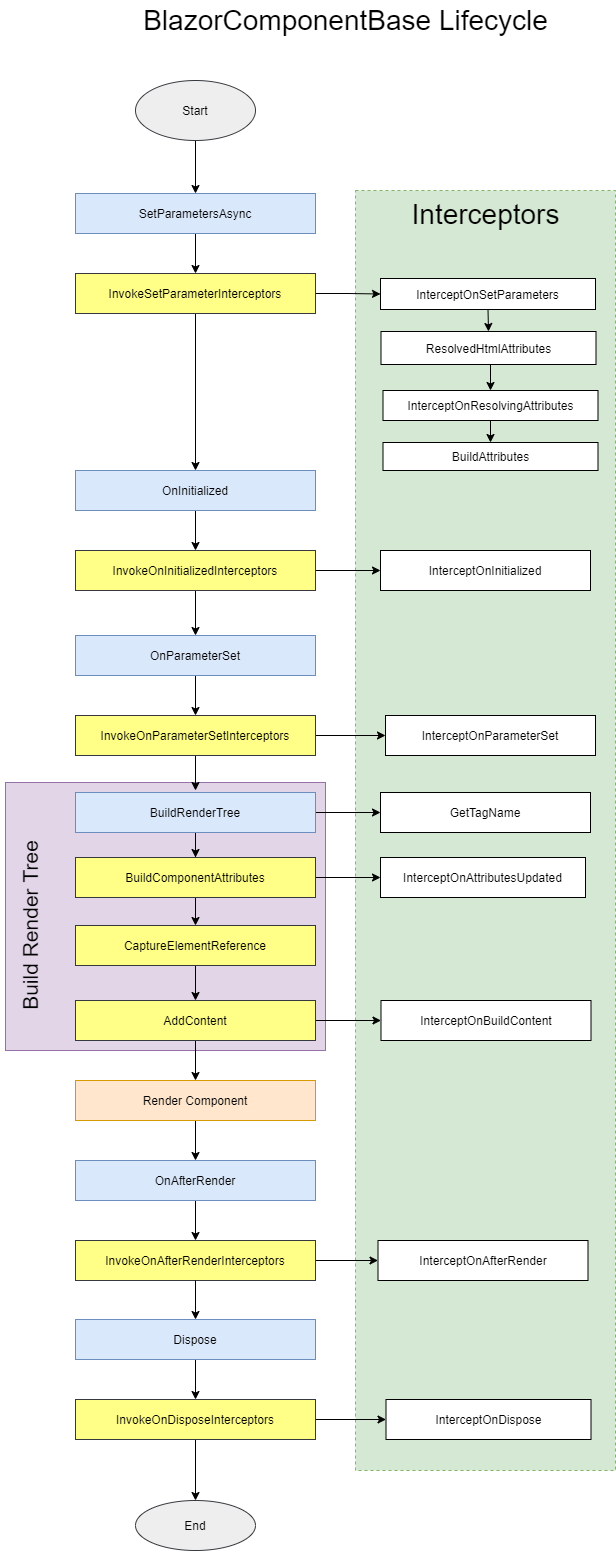
This is asset/BlazorComponentBaseLifecycle.png from teacher-zhou/ComponentBuilder, a draw.io export, as it was before one commit. Source tidied: cells renumbered, new cells last; positions are measured from the earlier drawing's top-left corner, leaving out a move shared by most shapes.
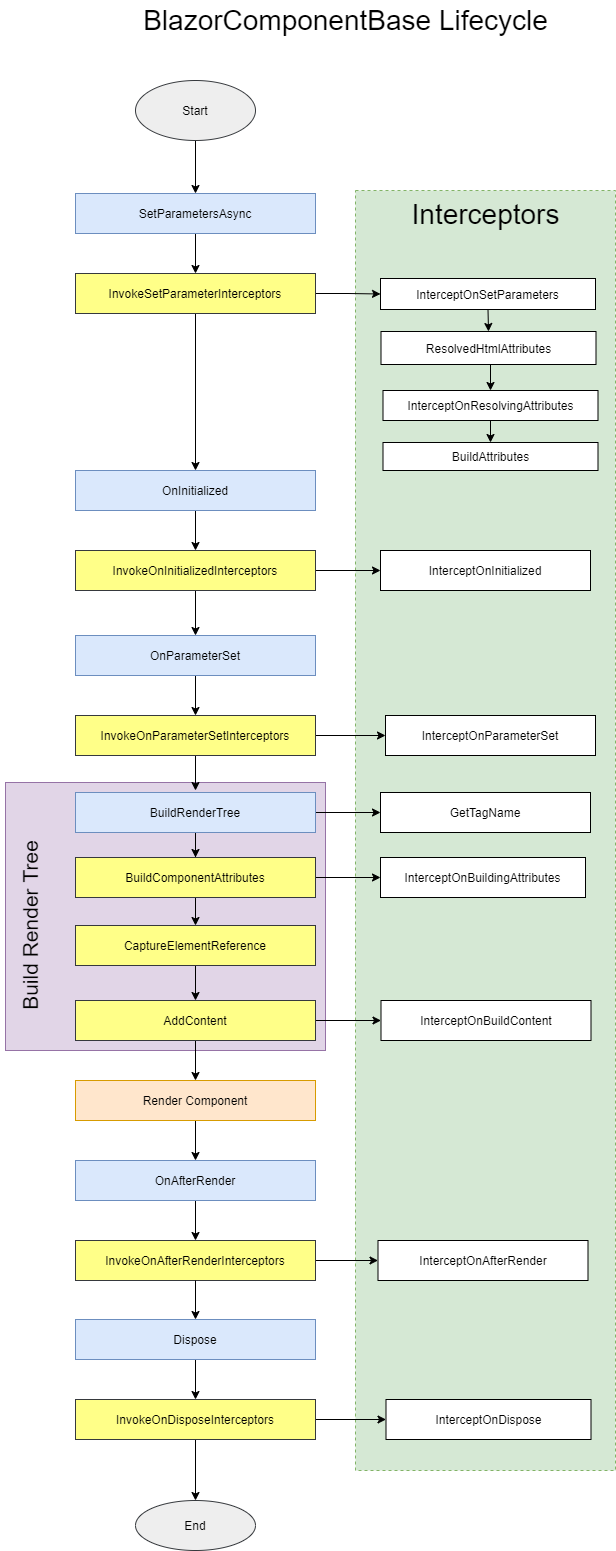
After the commit.

Change to the diagram source:
```diff
@@ -157,7 +157,7 @@
     <mxCell id="52" value="BuildComponentAttributes" style="whiteSpace=wrap;html=1;fillColor=#ffff88;strokeColor=#36393d;" parent="1" vertex="1">
       <mxGeometry x="145" y="857" width="240" height="40" as="geometry" />
     </mxCell>
-    <mxCell id="53" value="InterceptOnAttributesUpdated" style="whiteSpace=wrap;html=1;" parent="1" vertex="1">
+    <mxCell id="53" value="InterceptOnBuildingAttributes" style="whiteSpace=wrap;html=1;" parent="1" vertex="1">
       <mxGeometry x="450" y="857" width="205" height="40" as="geometry" />
     </mxCell>
     <mxCell id="54" style="edgeStyle=orthogonalEdgeStyle;rounded=0;jettySize=auto;html=1;exitX=0.5;exitY=1;exitDx=0;exitDy=0;entryX=0.5;entryY=0;entryDx=0;entryDy=0;" parent="1" edge="1" source="55" target="57">
```
